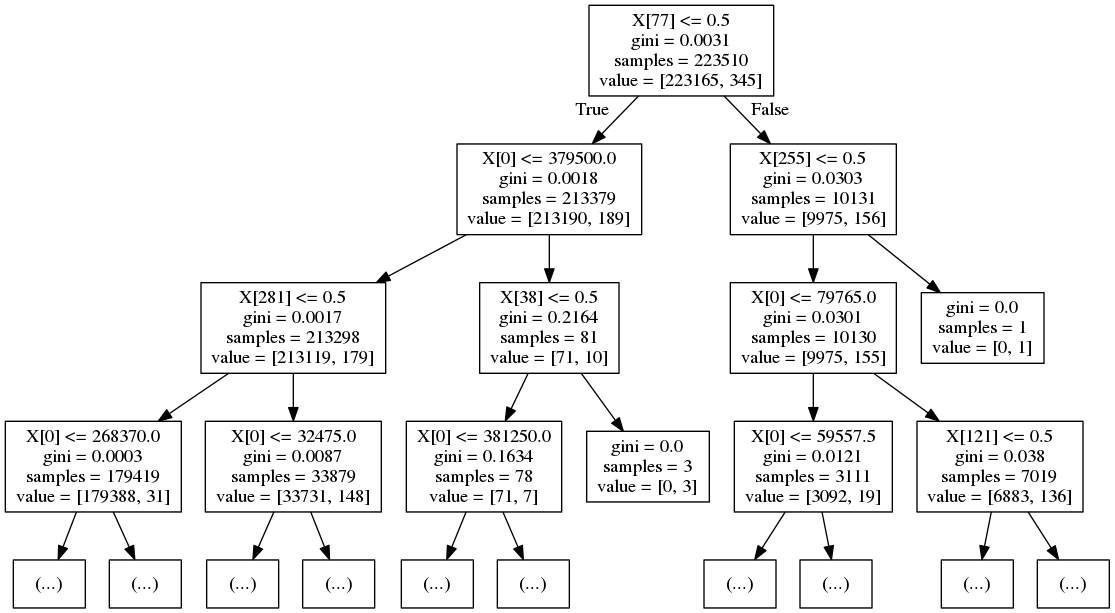
Before: lab1/figure/tree.png, a diagram exported from Graphviz (helmiriawan/course-cyber-data-analytics). Its source is kept beside it as lab1/figure/tree.dot.
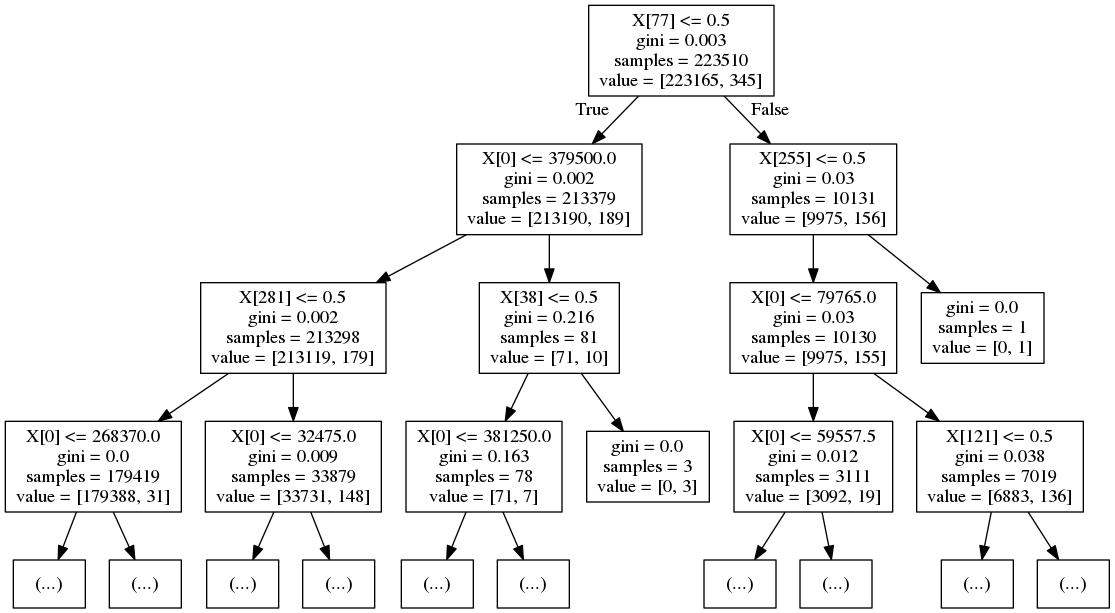
The same diagram one commit later.

Commit message:
Visualize the tree with python instead of unix command

Diff of the diagram source:
```diff
@@ -1,48 +1,48 @@
 digraph Tree {
 node [shape=box] ;
-0 [label="X[77] <= 0.5\ngini = 0.0031\nsamples = 223510\nvalue = [223165, 345]"] ;
-1 [label="X[0] <= 379500.0\ngini = 0.0018\nsamples = 213379\nvalue = [213190, 189]"] ;
+0 [label="X[77] <= 0.5\ngini = 0.003\nsamples = 223510\nvalue = [223165, 345]"] ;
+1 [label="X[0] <= 379500.0\ngini = 0.002\nsamples = 213379\nvalue = [213190, 189]"] ;
 0 -> 1 [labeldistance=2.5, labelangle=45, headlabel="True"] ;
-2 [label="X[281] <= 0.5\ngini = 0.0017\nsamples = 213298\nvalue = [213119, 179]"] ;
+2 [label="X[281] <= 0.5\ngini = 0.002\nsamples = 213298\nvalue = [213119, 179]"] ;
 1 -> 2 ;
-3 [label="X[0] <= 268370.0\ngini = 0.0003\nsamples = 179419\nvalue = [179388, 31]"] ;
+3 [label="X[0] <= 268370.0\ngini = 0.0\nsamples = 179419\nvalue = [179388, 31]"] ;
 2 -> 3 ;
 4 [label="(...)"] ;
 3 -> 4 ;
 161 [label="(...)"] ;
 3 -> 161 ;
-188 [label="X[0] <= 32475.0\ngini = 0.0087\nsamples = 33879\nvalue = [33731, 148]"] ;
+188 [label="X[0] <= 32475.0\ngini = 0.009\nsamples = 33879\nvalue = [33731, 148]"] ;
 2 -> 188 ;
 189 [label="(...)"] ;
 188 -> 189 ;
 718 [label="(...)"] ;
 188 -> 718 ;
-923 [label="X[38] <= 0.5\ngini = 0.2164\nsamples = 81\nvalue = [71, 10]"] ;
-1 -> 923 ;
-924 [label="X[0] <= 381250.0\ngini = 0.1634\nsamples = 78\nvalue = [71, 7]"] ;
-923 -> 924 ;
-925 [label="(...)"] ;
-924 -> 925 ;
-928 [label="(...)"] ;
-924 -> 928 ;
-949 [label="gini = 0.0\nsamples = 3\nvalue = [0, 3]"] ;
-923 -> 949 ;
-950 [label="X[255] <= 0.5\ngini = 0.0303\nsamples = 10131\nvalue = [9975, 156]"] ;
-0 -> 950 [labeldistance=2.5, labelangle=-45, headlabel="False"] ;
-951 [label="X[0] <= 79765.0\ngini = 0.0301\nsamples = 10130\nvalue = [9975, 155]"] ;
-950 -> 951 ;
-952 [label="X[0] <= 59557.5\ngini = 0.0121\nsamples = 3111\nvalue = [3092, 19]"] ;
-951 -> 952 ;
-953 [label="(...)"] ;
-952 -> 953 ;
-990 [label="(...)"] ;
-952 -> 990 ;
-1047 [label="X[121] <= 0.5\ngini = 0.038\nsamples = 7019\nvalue = [6883, 136]"] ;
-951 -> 1047 ;
-1048 [label="(...)"] ;
-1047 -> 1048 ;
-1375 [label="(...)"] ;
-1047 -> 1375 ;
-1510 [label="gini = 0.0\nsamples = 1\nvalue = [0, 1]"] ;
-950 -> 1510 ;
+919 [label="X[38] <= 0.5\ngini = 0.216\nsamples = 81\nvalue = [71, 10]"] ;
+1 -> 919 ;
+920 [label="X[0] <= 381250.0\ngini = 0.163\nsamples = 78\nvalue = [71, 7]"] ;
+919 -> 920 ;
+921 [label="(...)"] ;
+920 -> 921 ;
+924 [label="(...)"] ;
+920 -> 924 ;
+945 [label="gini = 0.0\nsamples = 3\nvalue = [0, 3]"] ;
+919 -> 945 ;
+946 [label="X[255] <= 0.5\ngini = 0.03\nsamples = 10131\nvalue = [9975, 156]"] ;
+0 -> 946 [labeldistance=2.5, labelangle=-45, headlabel="False"] ;
+947 [label="X[0] <= 79765.0\ngini = 0.03\nsamples = 10130\nvalue = [9975, 155]"] ;
+946 -> 947 ;
+948 [label="X[0] <= 59557.5\ngini = 0.012\nsamples = 3111\nvalue = [3092, 19]"] ;
+947 -> 948 ;
+949 [label="(...)"] ;
+948 -> 949 ;
+986 [label="(...)"] ;
+948 -> 986 ;
+1043 [label="X[121] <= 0.5\ngini = 0.038\nsamples = 7019\nvalue = [6883, 136]"] ;
+947 -> 1043 ;
+1044 [label="(...)"] ;
+1043 -> 1044 ;
+1371 [label="(...)"] ;
+1043 -> 1371 ;
+1506 [label="gini = 0.0\nsamples = 1\nvalue = [0, 1]"] ;
+946 -> 1506 ;
 }
```
